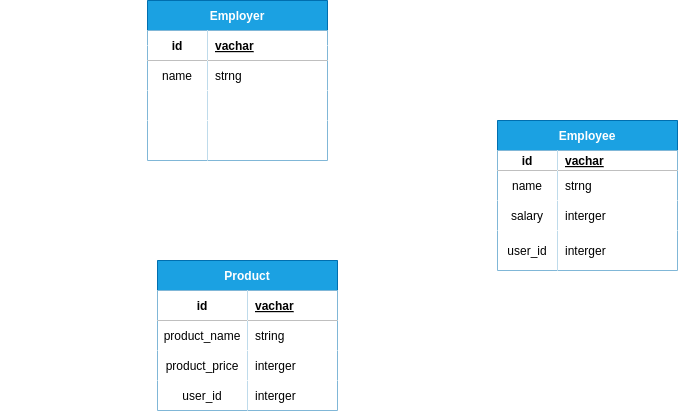
Before: data.drawio.png, a diagram exported from draw.io (Ken104-web/datadb). Source tidied: cells renumbered, new cells last; positions are measured from the earlier drawing's top-left corner, leaving out a move shared by most shapes. Source of this version:
```xml
<mxGraphModel>
  <root>
    <mxCell id="0" />
    <mxCell id="1" parent="0" />
    <mxCell id="2" value="Employer" style="shape=table;startSize=30;rowLines=0;fontStyle=1;align=center;fillColor=#1ba1e2;fontColor=#ffffff;strokeColor=#006EAF;" parent="1" vertex="1">
      <mxGeometry x="140" width="180" height="160" as="geometry" />
    </mxCell>
    <mxCell id="3" style="shape=tableRow;horizontal=0;startSize=0;swimlaneHead=0;swimlaneBody=0;fillColor=none;points=[[0,0.5],[1,0.5]];portConstraint=eastwest;top=0;left=0;right=0;bottom=1;" parent="2" vertex="1">
      <mxGeometry y="30" width="180" height="30" as="geometry" />
    </mxCell>
    <mxCell id="4" value="id" style="shape=partialRectangle;top=0;left=0;bottom=0;right=0;fontStyle=1;overflow=hidden;" parent="3" vertex="1">
      <mxGeometry width="60" height="30" as="geometry" />
    </mxCell>
    <mxCell id="5" value="vachar" style="shape=partialRectangle;top=0;left=0;bottom=0;right=0;align=left;spacingLeft=6;fontStyle=5;overflow=hidden;" parent="3" vertex="1">
      <mxGeometry x="60" width="120" height="30" as="geometry" />
    </mxCell>
    <mxCell id="6" style="shape=tableRow;horizontal=0;startSize=0;swimlaneHead=0;swimlaneBody=0;fillColor=none;top=0;left=0;right=0;bottom=0;" parent="2" vertex="1">
      <mxGeometry y="60" width="180" height="30" as="geometry" />
    </mxCell>
    <mxCell id="7" value="name" style="shape=partialRectangle;top=0;left=0;bottom=0;right=0;overflow=hidden;" parent="6" vertex="1">
      <mxGeometry width="60" height="30" as="geometry" />
    </mxCell>
    <mxCell id="8" value="strng" style="shape=partialRectangle;top=0;left=0;bottom=0;right=0;align=left;spacingLeft=6;overflow=hidden;" parent="6" vertex="1">
      <mxGeometry x="60" width="120" height="30" as="geometry" />
    </mxCell>
    <mxCell id="9" style="shape=tableRow;horizontal=0;startSize=0;swimlaneHead=0;swimlaneBody=0;fillColor=none;top=0;left=0;right=0;bottom=0;" parent="2" vertex="1">
      <mxGeometry y="90" width="180" height="30" as="geometry" />
    </mxCell>
    <mxCell id="10" style="shape=partialRectangle;top=0;left=0;bottom=0;right=0;overflow=hidden;" parent="9" vertex="1">
      <mxGeometry width="60" height="30" as="geometry" />
    </mxCell>
    <mxCell id="11" style="shape=partialRectangle;top=0;left=0;bottom=0;right=0;align=left;spacingLeft=6;overflow=hidden;" parent="9" vertex="1">
      <mxGeometry x="60" width="120" height="30" as="geometry" />
    </mxCell>
    <mxCell id="12" style="shape=tableRow;horizontal=0;startSize=0;swimlaneHead=0;swimlaneBody=0;fillColor=none;top=0;left=0;right=0;bottom=0;" parent="2" vertex="1">
      <mxGeometry y="120" width="180" height="40" as="geometry" />
    </mxCell>
    <mxCell id="13" style="shape=partialRectangle;top=0;left=0;bottom=0;right=0;overflow=hidden;" parent="12" vertex="1">
      <mxGeometry width="60" height="40" as="geometry" />
    </mxCell>
    <mxCell id="14" style="shape=partialRectangle;top=0;left=0;bottom=0;right=0;align=left;spacingLeft=6;overflow=hidden;" parent="12" vertex="1">
      <mxGeometry x="60" width="120" height="40" as="geometry" />
    </mxCell>
    <mxCell id="15" value="Employee" style="shape=table;startSize=30;rowLines=0;fontStyle=1;align=center;fillColor=#1ba1e2;fontColor=#ffffff;strokeColor=#006EAF;" parent="1" vertex="1">
      <mxGeometry x="490" y="120" width="180" height="150" as="geometry" />
    </mxCell>
    <mxCell id="16" style="shape=tableRow;horizontal=0;startSize=0;swimlaneHead=0;swimlaneBody=0;fillColor=none;top=0;left=0;right=0;bottom=1;" parent="15" vertex="1">
      <mxGeometry y="30" width="180" height="20" as="geometry" />
    </mxCell>
    <mxCell id="17" value="id" style="shape=partialRectangle;top=0;left=0;bottom=0;right=0;fontStyle=1;overflow=hidden;" parent="16" vertex="1">
      <mxGeometry width="60" height="20" as="geometry" />
    </mxCell>
    <mxCell id="18" value="vachar" style="shape=partialRectangle;top=0;left=0;bottom=0;right=0;align=left;spacingLeft=6;fontStyle=5;overflow=hidden;" parent="16" vertex="1">
      <mxGeometry x="60" width="120" height="20" as="geometry" />
    </mxCell>
    <mxCell id="19" style="shape=tableRow;horizontal=0;startSize=0;swimlaneHead=0;swimlaneBody=0;fillColor=none;top=0;left=0;right=0;bottom=0;" parent="15" vertex="1">
      <mxGeometry y="50" width="180" height="30" as="geometry" />
    </mxCell>
    <mxCell id="20" value="name" style="shape=partialRectangle;top=0;left=0;bottom=0;right=0;overflow=hidden;" parent="19" vertex="1">
      <mxGeometry width="60" height="30" as="geometry" />
    </mxCell>
    <mxCell id="21" value="strng" style="shape=partialRectangle;top=0;left=0;bottom=0;right=0;align=left;spacingLeft=6;overflow=hidden;" parent="19" vertex="1">
      <mxGeometry x="60" width="120" height="30" as="geometry" />
    </mxCell>
    <mxCell id="22" style="shape=tableRow;horizontal=0;startSize=0;swimlaneHead=0;swimlaneBody=0;fillColor=none;top=0;left=0;right=0;bottom=0;" parent="15" vertex="1">
      <mxGeometry y="80" width="180" height="30" as="geometry" />
    </mxCell>
    <mxCell id="23" value="salary" style="shape=partialRectangle;top=0;left=0;bottom=0;right=0;overflow=hidden;" parent="22" vertex="1">
      <mxGeometry width="60" height="30" as="geometry" />
    </mxCell>
    <mxCell id="24" value="interger" style="shape=partialRectangle;top=0;left=0;bottom=0;right=0;align=left;spacingLeft=6;overflow=hidden;" parent="22" vertex="1">
      <mxGeometry x="60" width="120" height="30" as="geometry" />
    </mxCell>
    <mxCell id="25" style="shape=tableRow;horizontal=0;startSize=0;swimlaneHead=0;swimlaneBody=0;fillColor=none;points=[[0,0.5],[1,0.5]];portConstraint=eastwest;top=0;left=0;right=0;bottom=0;" parent="15" vertex="1">
      <mxGeometry y="110" width="180" height="40" as="geometry" />
    </mxCell>
    <mxCell id="26" value="user_id" style="shape=partialRectangle;top=0;left=0;bottom=0;right=0;overflow=hidden;" parent="25" vertex="1">
      <mxGeometry width="60" height="40" as="geometry" />
    </mxCell>
    <mxCell id="27" value="interger" style="shape=partialRectangle;top=0;left=0;bottom=0;right=0;align=left;spacingLeft=6;overflow=hidden;" parent="25" vertex="1">
      <mxGeometry x="60" width="120" height="40" as="geometry" />
    </mxCell>
    <mxCell id="28" style="edgeStyle=none;html=1;exitX=1;exitY=0.5;exitDx=0;exitDy=0;entryX=0;entryY=0.5;entryDx=0;entryDy=0;strokeColor=#FFFFFF;" parent="1" edge="1" source="3" target="25">
      <mxGeometry relative="1" as="geometry">
        <Array as="points">
          <mxPoint x="440" y="45" />
          <mxPoint x="440" y="250" />
          <mxPoint x="470" y="250" />
        </Array>
      </mxGeometry>
    </mxCell>
    <mxCell id="29" value="Product" style="shape=table;startSize=30;rowLines=0;fontStyle=1;align=center;fillColor=#1ba1e2;fontColor=#ffffff;strokeColor=#006EAF;" parent="1" vertex="1">
      <mxGeometry x="150" y="260" width="180" height="150" as="geometry" />
    </mxCell>
    <mxCell id="30" style="shape=tableRow;horizontal=0;startSize=0;swimlaneHead=0;swimlaneBody=0;fillColor=none;top=0;left=0;right=0;bottom=1;" parent="29" vertex="1">
      <mxGeometry y="30" width="180" height="30" as="geometry" />
    </mxCell>
    <mxCell id="31" value="id" style="shape=partialRectangle;top=0;left=0;bottom=0;right=0;fontStyle=1;overflow=hidden;" parent="30" vertex="1">
      <mxGeometry width="90" height="30" as="geometry" />
    </mxCell>
    <mxCell id="32" value="vachar" style="shape=partialRectangle;top=0;left=0;bottom=0;right=0;align=left;spacingLeft=6;fontStyle=5;overflow=hidden;" parent="30" vertex="1">
      <mxGeometry x="90" width="90" height="30" as="geometry" />
    </mxCell>
    <mxCell id="33" style="shape=tableRow;horizontal=0;startSize=0;swimlaneHead=0;swimlaneBody=0;fillColor=none;top=0;left=0;right=0;bottom=0;" parent="29" vertex="1">
      <mxGeometry y="60" width="180" height="30" as="geometry" />
    </mxCell>
    <mxCell id="34" value="product_name" style="shape=partialRectangle;top=0;left=0;bottom=0;right=0;overflow=hidden;" parent="33" vertex="1">
      <mxGeometry width="90" height="30" as="geometry" />
    </mxCell>
    <mxCell id="35" value="string" style="shape=partialRectangle;top=0;left=0;bottom=0;right=0;align=left;spacingLeft=6;overflow=hidden;" parent="33" vertex="1">
      <mxGeometry x="90" width="90" height="30" as="geometry" />
    </mxCell>
    <mxCell id="36" style="shape=tableRow;horizontal=0;startSize=0;swimlaneHead=0;swimlaneBody=0;fillColor=none;top=0;left=0;right=0;bottom=0;" parent="29" vertex="1">
      <mxGeometry y="90" width="180" height="30" as="geometry" />
    </mxCell>
    <mxCell id="37" value="product_price" style="shape=partialRectangle;top=0;left=0;bottom=0;right=0;overflow=hidden;" parent="36" vertex="1">
      <mxGeometry width="90" height="30" as="geometry" />
    </mxCell>
    <mxCell id="38" value="interger" style="shape=partialRectangle;top=0;left=0;bottom=0;right=0;align=left;spacingLeft=6;overflow=hidden;" parent="36" vertex="1">
      <mxGeometry x="90" width="90" height="30" as="geometry" />
    </mxCell>
    <mxCell id="39" style="shape=tableRow;horizontal=0;startSize=0;swimlaneHead=0;swimlaneBody=0;fillColor=none;points=[[0,0.5],[1,0.5]];portConstraint=eastwest;top=0;left=0;right=0;bottom=0;" parent="29" vertex="1">
      <mxGeometry y="120" width="180" height="30" as="geometry" />
    </mxCell>
    <mxCell id="40" value="user_id" style="shape=partialRectangle;top=0;left=0;bottom=0;right=0;overflow=hidden;" parent="39" vertex="1">
      <mxGeometry width="90" height="30" as="geometry" />
    </mxCell>
    <mxCell id="41" value="interger" style="shape=partialRectangle;top=0;left=0;bottom=0;right=0;align=left;spacingLeft=6;overflow=hidden;" parent="39" vertex="1">
      <mxGeometry x="90" width="90" height="30" as="geometry" />
    </mxCell>
    <mxCell id="42" style="edgeStyle=none;html=1;exitX=0;exitY=0.5;exitDx=0;exitDy=0;entryX=0;entryY=0.5;entryDx=0;entryDy=0;strokeColor=#FFFFFF;" parent="1" edge="1" source="3" target="39">
      <mxGeometry relative="1" as="geometry">
        <Array as="points">
          <mxPoint y="45" />
          <mxPoint y="395" />
        </Array>
      </mxGeometry>
    </mxCell>
  </root>
</mxGraphModel>
```
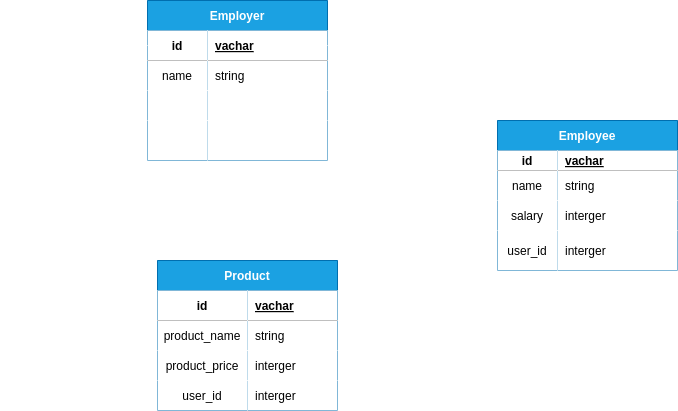
The same diagram one commit later.

Change to the diagram source:
```diff
@@ -20,7 +20,7 @@
     <mxCell id="7" value="name" style="shape=partialRectangle;top=0;left=0;bottom=0;right=0;overflow=hidden;" parent="6" vertex="1">
       <mxGeometry width="60" height="30" as="geometry" />
     </mxCell>
-    <mxCell id="8" value="strng" style="shape=partialRectangle;top=0;left=0;bottom=0;right=0;align=left;spacingLeft=6;overflow=hidden;" parent="6" vertex="1">
+    <mxCell id="8" value="string" style="shape=partialRectangle;top=0;left=0;bottom=0;right=0;align=left;spacingLeft=6;overflow=hidden;" parent="6" vertex="1">
       <mxGeometry x="60" width="120" height="30" as="geometry" />
     </mxCell>
     <mxCell id="9" style="shape=tableRow;horizontal=0;startSize=0;swimlaneHead=0;swimlaneBody=0;fillColor=none;top=0;left=0;right=0;bottom=0;" parent="2" vertex="1">
@@ -59,7 +59,7 @@
     <mxCell id="20" value="name" style="shape=partialRectangle;top=0;left=0;bottom=0;right=0;overflow=hidden;" parent="19" vertex="1">
       <mxGeometry width="60" height="30" as="geometry" />
     </mxCell>
-    <mxCell id="21" value="strng" style="shape=partialRectangle;top=0;left=0;bottom=0;right=0;align=left;spacingLeft=6;overflow=hidden;" parent="19" vertex="1">
+    <mxCell id="21" value="string" style="shape=partialRectangle;top=0;left=0;bottom=0;right=0;align=left;spacingLeft=6;overflow=hidden;" parent="19" vertex="1">
       <mxGeometry x="60" width="120" height="30" as="geometry" />
     </mxCell>
     <mxCell id="22" style="shape=tableRow;horizontal=0;startSize=0;swimlaneHead=0;swimlaneBody=0;fillColor=none;top=0;left=0;right=0;bottom=0;" parent="15" vertex="1">
```
